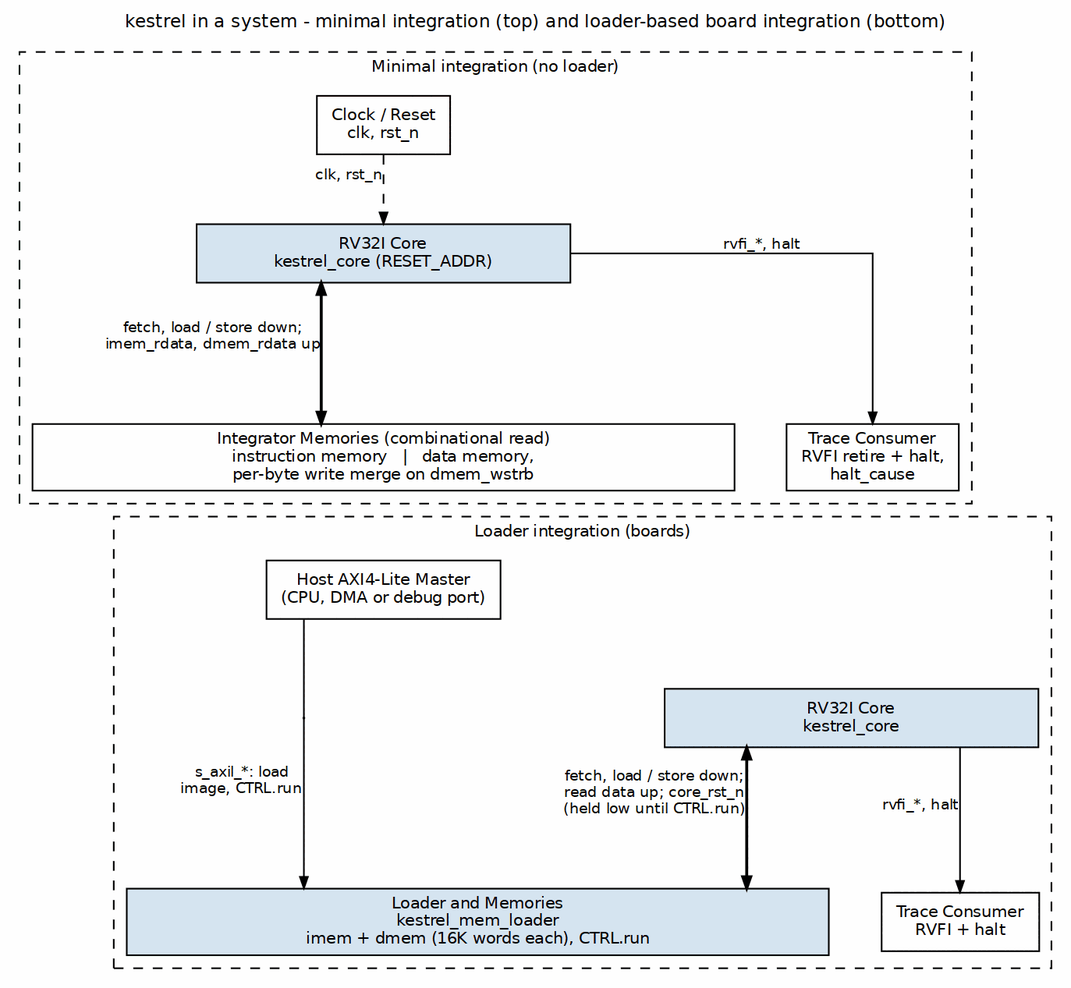
Earlier version of the Graphviz export projects/components/riscv-ip/kestrel-rv32i/docs/kestrel_has/assets/graphviz/kestrel_system_context.png (sean-galloway/RTLDesignSherpa). Its source is kept beside it as projects/components/riscv-ip/kestrel-rv32i/docs/kestrel_has/assets/graphviz/kestrel_system_context.dot. The source it was exported from:
```dot
digraph kestrel_system_context {
    graph [rankdir=TB, bgcolor="white", fontname="Helvetica", fontsize=11,
           nodesep="0.45", ranksep="0.60", splines=ortho, newrank=true,
           labelloc=t, labeljust=c];
    node  [fontname="Helvetica", fontsize=10, shape=box, style=filled,
           fillcolor="#D6E4F0", color="black", margin="0.12,0.06"];
    edge  [fontname="Helvetica", fontsize=9, color="black", arrowsize=0.7];
    label="kestrel in a system - minimal integration (top) and loader-based board integration (bottom)";

    subgraph cluster_min {
        label="Minimal integration (no loader)"; style=dashed; fontsize=10;
        m_clk  [label="Clock / Reset\nclk, rst_n", fillcolor="white"];
        m_core [label="RV32I Core\nkestrel_core (RESET_ADDR)", width=3.2];
        m_tr   [label="Trace Consumer\nRVFI retire + halt,\nhalt_cause", fillcolor="white"];
        m_mem  [label="Integrator Memories (combinational read)\ninstruction memory   |   data memory,\nper-byte write merge on dmem_wstrb", fillcolor="white", width=6.0];
    }
    subgraph cluster_ld {
        label="Loader integration (boards)"; style=dashed; fontsize=10;
        l_host [label="Host AXI4-Lite Master\n(CPU, DMA or debug port)", fillcolor="white"];
        l_core [label="RV32I Core\nkestrel_core", width=3.2];
        l_tr   [label="Trace Consumer\nRVFI + halt", fillcolor="white"];
        p_h    [shape=point, width=0.01];
        sp     [label="", width=2.2, style=invis];
        l_ld   [label="Loader and Memories\nkestrel_mem_loader\nimem + dmem (16K words each), CTRL.run", width=6.0];
    }

    m_clk  -> m_core [style=dashed, xlabel="clk, rst_n"];
    m_core -> m_mem  [dir=both, xlabel="fetch, load / store down;\nimem_rdata, dmem_rdata up", penwidth=1.8];
    m_core -> m_tr   [xlabel="rvfi_*, halt"];

    l_host -> l_core [style=invis];
    p_h -> sp -> l_core [style=invis];
    l_core -> l_ld   [minlen=2, dir=both, xlabel="fetch, load / store down;\nread data up; core_rst_n\n(held low until CTRL.run)", penwidth=1.8];
    l_core -> l_tr   [xlabel="rvfi_*, halt"];
    l_host -> p_h    [arrowhead=none, headclip=false];
    p_h    -> l_ld   [tailclip=false, xlabel="s_axil_*: load\nimage, CTRL.run"];

    { rank=same; m_core; }
    { rank=same; m_mem; m_tr; }
    { rank=same; l_host; }
    { rank=same; l_core; p_h; sp; }
    { rank=same; l_ld; l_tr; }
    m_mem -> l_host [style=invis];
    m_mem -> m_tr [style=invis];
    l_ld -> l_tr [style=invis];
    m_core -> m_mem [style=invis, minlen=2];
}
```
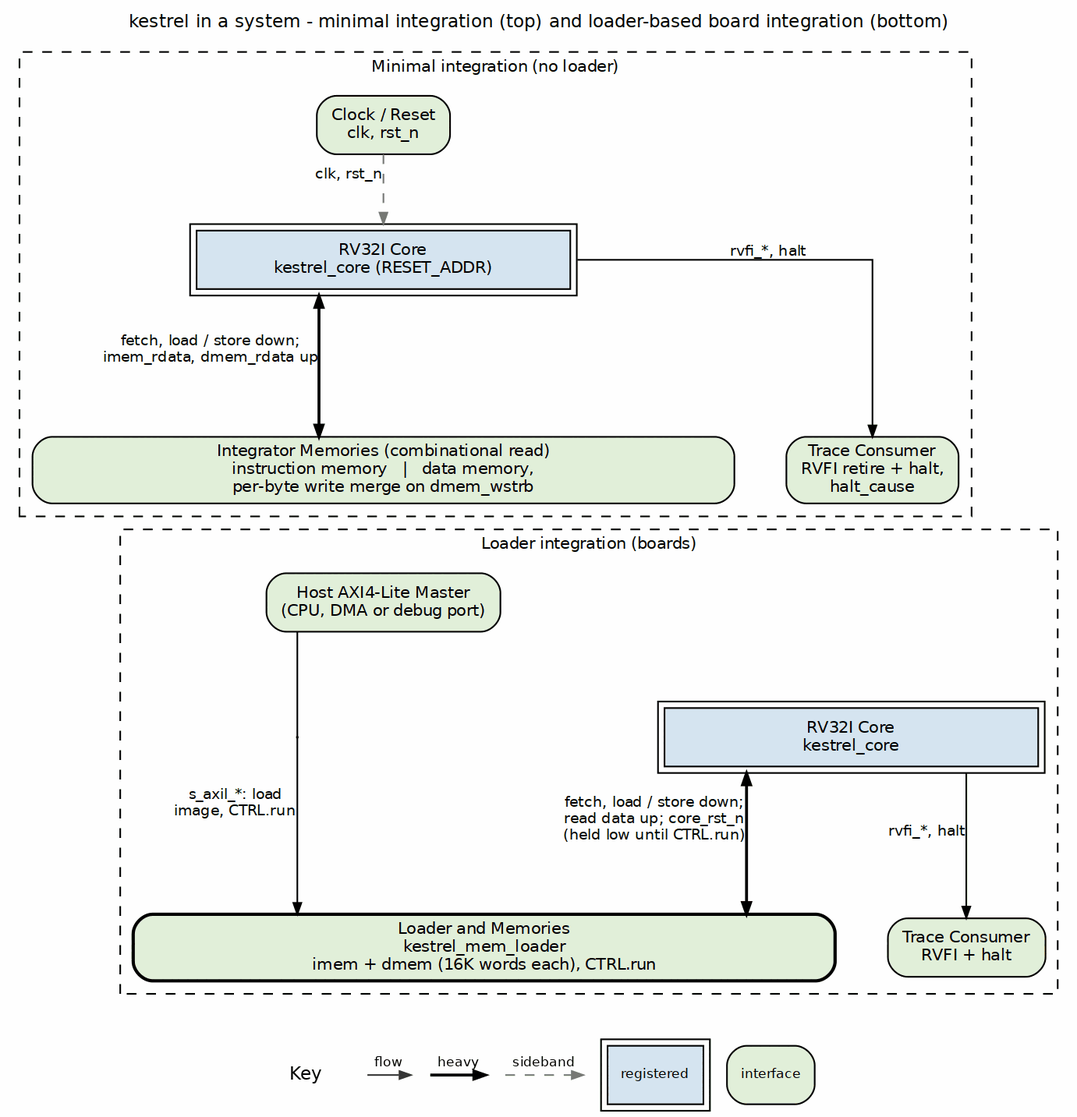
Later version of the same file.

The edit, as a diff of the source:
```diff
@@ -3,28 +3,28 @@
            nodesep="0.45", ranksep="0.60", splines=ortho, newrank=true,
            labelloc=t, labeljust=c];
     node  [fontname="Helvetica", fontsize=10, shape=box, style=filled,
-           fillcolor="#D6E4F0", color="black", margin="0.12,0.06"];
+           fillcolor="white", color="black", margin="0.12,0.06"];
     edge  [fontname="Helvetica", fontsize=9, color="black", arrowsize=0.7];
     label="kestrel in a system - minimal integration (top) and loader-based board integration (bottom)";
 
     subgraph cluster_min {
         label="Minimal integration (no loader)"; style=dashed; fontsize=10;
-        m_clk  [label="Clock / Reset\nclk, rst_n", fillcolor="white"];
-        m_core [label="RV32I Core\nkestrel_core (RESET_ADDR)", width=3.2];
-        m_tr   [label="Trace Consumer\nRVFI retire + halt,\nhalt_cause", fillcolor="white"];
-        m_mem  [label="Integrator Memories (combinational read)\ninstruction memory   |   data memory,\nper-byte write merge on dmem_wstrb", fillcolor="white", width=6.0];
+        m_clk  [label="Clock / Reset\nclk, rst_n", fillcolor="white", style="rounded,filled", fillcolor="#E2EFDA"];
+        m_core [label="RV32I Core\nkestrel_core (RESET_ADDR)", width=3.2, peripheries=2, style="filled", fillcolor="#D6E4F0"];
+        m_tr   [label="Trace Consumer\nRVFI retire + halt,\nhalt_cause", fillcolor="white", style="rounded,filled", fillcolor="#E2EFDA"];
+        m_mem  [label="Integrator Memories (combinational read)\ninstruction memory   |   data memory,\nper-byte write merge on dmem_wstrb", fillcolor="white", width=6.0, style="rounded,filled", fillcolor="#E2EFDA"];
     }
     subgraph cluster_ld {
         label="Loader integration (boards)"; style=dashed; fontsize=10;
-        l_host [label="Host AXI4-Lite Master\n(CPU, DMA or debug port)", fillcolor="white"];
-        l_core [label="RV32I Core\nkestrel_core", width=3.2];
-        l_tr   [label="Trace Consumer\nRVFI + halt", fillcolor="white"];
+        l_host [label="Host AXI4-Lite Master\n(CPU, DMA or debug port)", fillcolor="white", style="rounded,filled", fillcolor="#E2EFDA"];
+        l_core [label="RV32I Core\nkestrel_core", width=3.2, peripheries=2, style="filled", fillcolor="#D6E4F0"];
+        l_tr   [label="Trace Consumer\nRVFI + halt", fillcolor="white", style="rounded,filled", fillcolor="#E2EFDA"];
         p_h    [shape=point, width=0.01];
         sp     [label="", width=2.2, style=invis];
-        l_ld   [label="Loader and Memories\nkestrel_mem_loader\nimem + dmem (16K words each), CTRL.run", width=6.0];
+        l_ld   [label="Loader and Memories\nkestrel_mem_loader\nimem + dmem (16K words each), CTRL.run", width=6.0, style="rounded,filled,bold", fillcolor="#E2EFDA"];
     }
 
-    m_clk  -> m_core [style=dashed, xlabel="clk, rst_n"];
+    m_clk  -> m_core [style=dashed, color="#777777", xlabel="clk, rst_n"];
     m_core -> m_mem  [dir=both, xlabel="fetch, load / store down;\nimem_rdata, dmem_rdata up", penwidth=1.8];
     m_core -> m_tr   [xlabel="rvfi_*, halt"];
 
```
